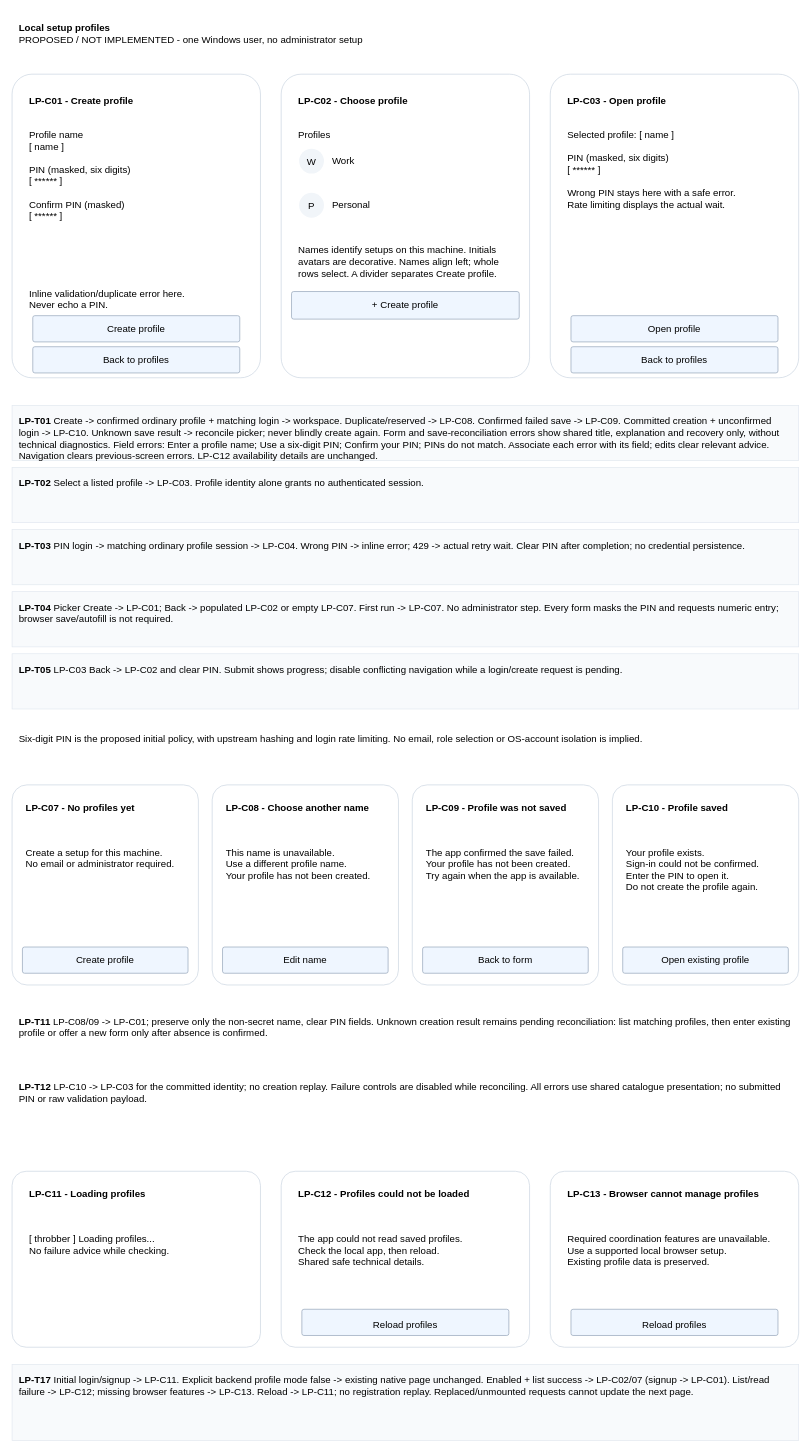
This is page "Create and enter a local profile" (1 of 2) of projects/laomedo/subsystems/agent-execution/design/local-profiles.drawio from amadou-6e/specs, a draw.io file, before an edit. Source tidied: cells renumbered, new cells numbered last; positions are measured from the earlier drawing's top-left corner, leaving out a move shared by most shapes. Both pictures are drawn from the tidied source at 69%, with x=0, y=0 at pixel (12, 12).
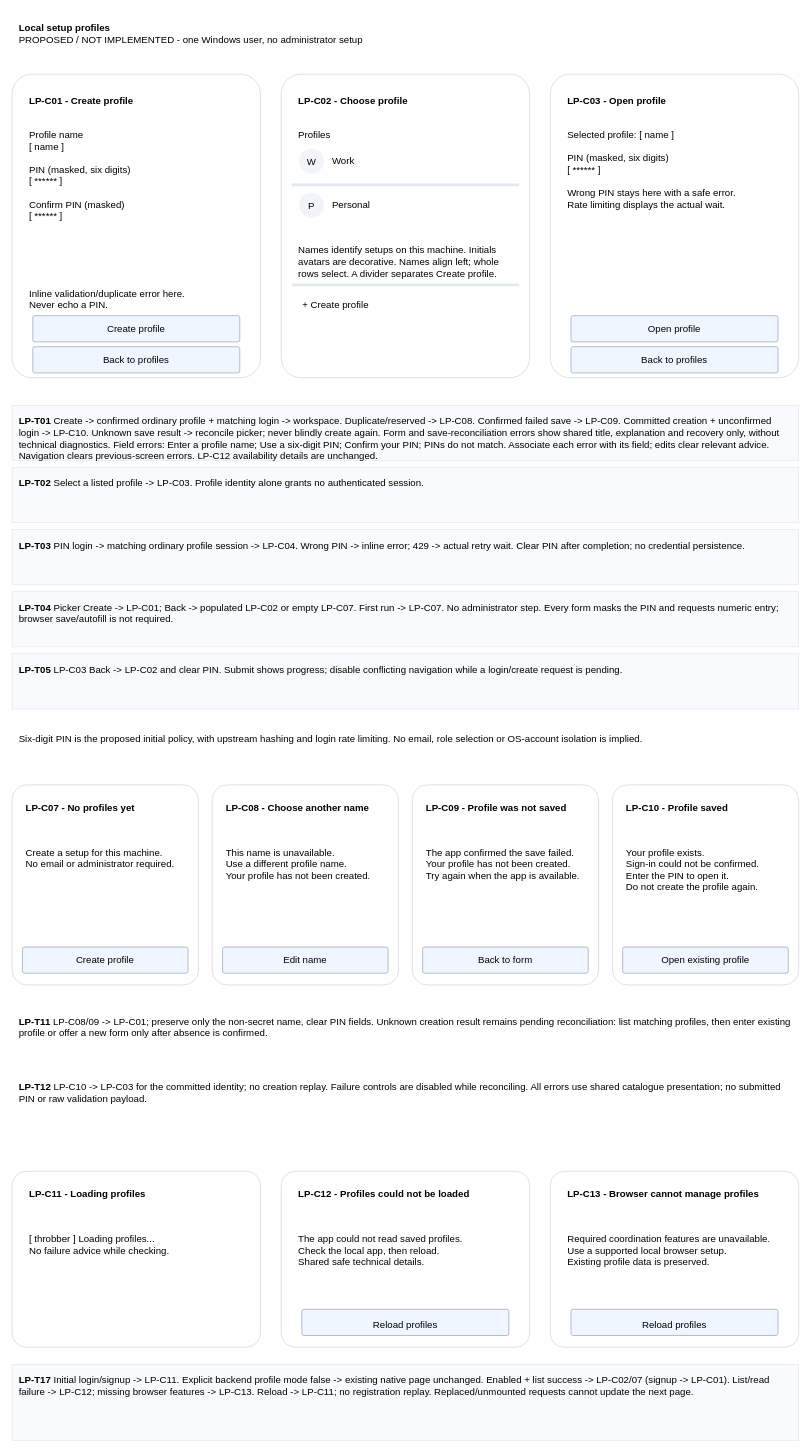
The same diagram, later.

Commit message:
Align editable picker separators and secondary creation action

Diff of the diagram source:
```diff
@@
+    <mxCell id="59" style="line;strokeColor=#E2E8F0;" parent="1" vertex="1">
+      <mxGeometry x="405" y="250" width="330" height="1" as="geometry" />
+    </mxCell>
+    <mxCell id="60" style="line;strokeColor=#E2E8F0;" parent="1" vertex="1">
+      <mxGeometry x="405" y="395" width="330" height="1" as="geometry" />
+    </mxCell>
-    <mxCell id="19" value="+ Create profile" style="whiteSpace=wrap;html=1;fontFamily=Arial;fontSize=14;align=left;verticalAlign=top;spacing=10;rounded=1;arcSize=8;align=center;verticalAlign=middle;fillColor=#EFF6FF;strokeColor=#94A3B8;" parent="1" vertex="1">
+    <mxCell id="19" value="+ Create profile" style="text;html=1;fontFamily=Arial;fontSize=14;align=left;verticalAlign=middle;spacing=16;fillColor=none;strokeColor=none;" parent="1" vertex="1">
       <mxGeometry x="405" y="405" width="330" height="40" as="geometry" />
     </mxCell>
```
